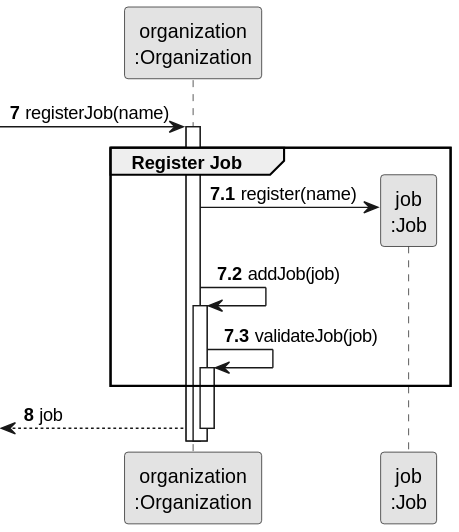
This is docs/sprintB/us002/03.design/svg/us002-sequence-diagram-partial-register-job.svg from diogoveirospro/lei-24-s2-1dg-g072, a PlantUML export, as it was before one commit.
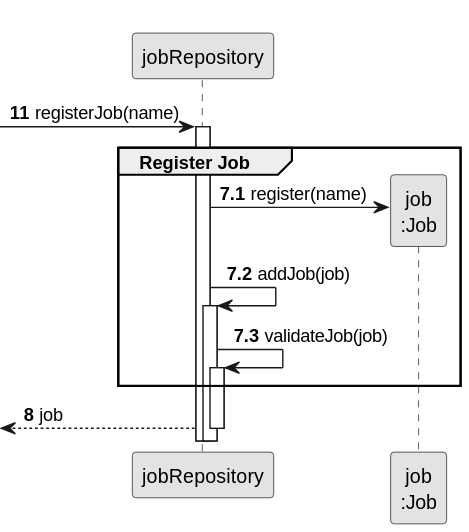
After the commit.

Commit message:
US2's Sequence Diagram

What changed in the source:
```diff
@@ -3,26 +3,26 @@
 skinparam packageStyle rectangle
 skinparam shadowing false
 
-participant "organization\n:Organization" as ORG
+participant "jobRepository" as JOBREP
 participant "job\n:Job" as Job
 
-autonumber 7
--> ORG: registerJob(name)
+autonumber 11
+-> JOBREP: registerJob(name)
 
 autonumber 7.1
-activate ORG
+activate JOBREP
     group Register Job
 
-        ORG -> Job**: register(name)
-        ORG -> ORG: addJob(job)
-        activate ORG
+        JOBREP -> Job**: register(name)
+        JOBREP -> JOBREP: addJob(job)
+        activate JOBREP
 
-            ORG -> ORG: validateJob(job)
-            activate ORG
+            JOBREP -> JOBREP: validateJob(job)
+            activate JOBREP
 
     end
 
     autonumber 8
-    <-- ORG : job
-deactivate ORG
+    <-- JOBREP : job
+deactivate JOBREP
 @enduml
```
